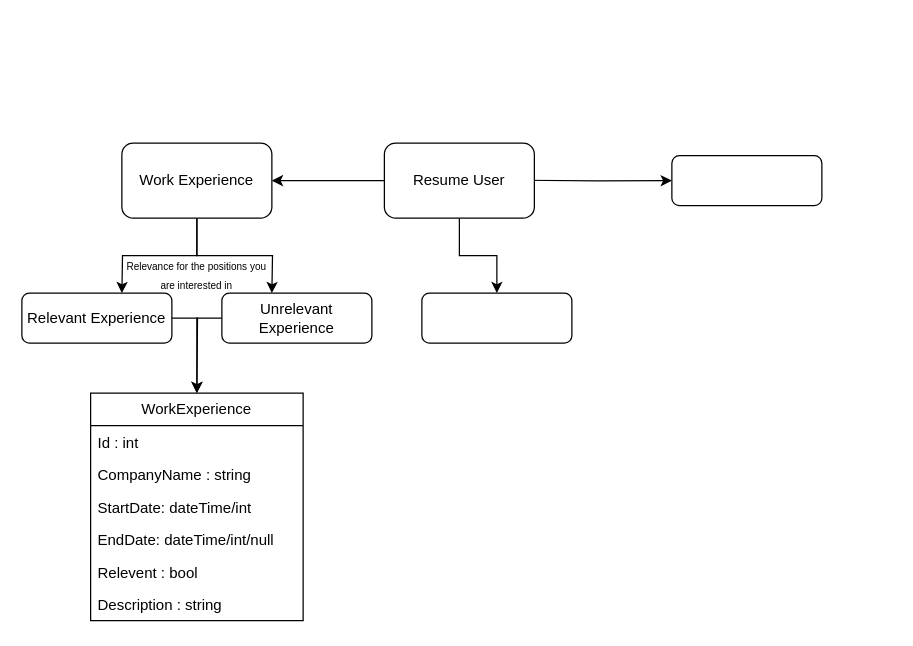
Earlier version of the draw.io diagram Planning/Backend/PlanningDatabaseContent.drawio (Agent00bad/Examensarbete). Source tidied: cells renumbered, new cells numbered last; positions are measured from the earlier drawing's top-left corner, leaving out a move shared by most shapes. Both pictures are drawn from the tidied source at 125%, with x=0, y=0 at pixel (21, 142).
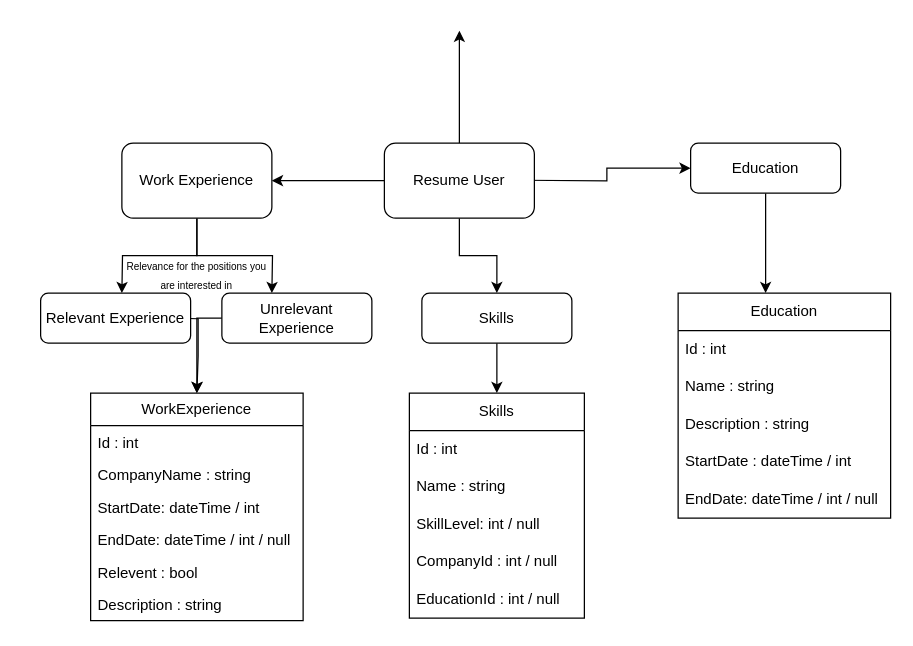
After the change.

Unchanged cells that the change refers to:
```xml
<mxCell id="5" value="Resume User" style="rounded=1;whiteSpace=wrap;html=1;" parent="1" vertex="1">
  <mxGeometry x="290" width="120" height="60" as="geometry" />
</mxCell>
<mxCell id="14" value="WorkExperience" style="swimlane;fontStyle=0;horizontal=1;startSize=26;fillColor=none;whiteSpace=wrap;html=1;" parent="1" vertex="1">
  <mxGeometry x="55" y="200" width="170" height="182" as="geometry" />
</mxCell>
```

Diff of the diagram source:
```diff
@@
+    <mxCell id="23" style="edgeStyle=orthogonalEdgeStyle;rounded=0;jettySize=auto;html=1;" parent="1" edge="1" source="5">
+      <mxGeometry relative="1" as="geometry">
+        <mxPoint x="350" y="-90" as="targetPoint" />
+      </mxGeometry>
+    </mxCell>
@@
-    <mxCell id="9" style="edgeStyle=orthogonalEdgeStyle;rounded=0;jettySize=auto;html=1;" parent="1" edge="1" source="10">
+    <mxCell id="9" style="edgeStyle=orthogonalEdgeStyle;rounded=0;orthogonalLoop=1;jettySize=auto;html=1;" parent="1" edge="1">
       <mxGeometry relative="1" as="geometry">
+        <mxPoint x="120" y="140" as="sourcePoint" />
         <mxPoint x="140" y="200" as="targetPoint" />
       </mxGeometry>
     </mxCell>
     <mxCell id="10" value="Relevant Experience" style="rounded=1;whiteSpace=wrap;html=1;" parent="1" vertex="1">
-      <mxGeometry y="120" width="120" height="40" as="geometry" />
+      <mxGeometry x="15" y="120" width="120" height="40" as="geometry" />
     </mxCell>
@@
-    <mxCell id="17" value="StartDate: dateTime/int" style="text;strokeColor=none;fillColor=none;align=left;verticalAlign=top;spacingLeft=4;spacingRight=4;overflow=hidden;whiteSpace=wrap;html=1;" parent="14" vertex="1">
+    <mxCell id="17" value="StartDate: dateTime / int" style="text;strokeColor=none;fillColor=none;align=left;verticalAlign=top;spacingLeft=4;spacingRight=4;overflow=hidden;whiteSpace=wrap;html=1;" parent="14" vertex="1">
       <mxGeometry y="78" width="170" height="26" as="geometry" />
     </mxCell>
-    <mxCell id="18" value="EndDate: dateTime/int/null" style="text;strokeColor=none;fillColor=none;align=left;verticalAlign=top;spacingLeft=4;spacingRight=4;overflow=hidden;whiteSpace=wrap;html=1;" parent="14" vertex="1">
+    <mxCell id="18" value="EndDate: dateTime / int / null" style="text;strokeColor=none;fillColor=none;align=left;verticalAlign=top;spacingLeft=4;spacingRight=4;overflow=hidden;whiteSpace=wrap;html=1;" parent="14" vertex="1">
       <mxGeometry y="104" width="170" height="26" as="geometry" />
     </mxCell>
@@
+    <mxCell id="24" style="edgeStyle=orthogonalEdgeStyle;rounded=0;jettySize=auto;html=1;exitX=0.5;exitY=1;exitDx=0;exitDy=0;entryX=0.5;entryY=0;entryDx=0;entryDy=0;" parent="1" edge="1" source="21" target="26">
+      <mxGeometry relative="1" as="geometry" />
+    </mxCell>
-    <mxCell id="21" style="rounded=1;whiteSpace=wrap;html=1;" parent="1" vertex="1">
+    <mxCell id="21" value="Skills" style="rounded=1;whiteSpace=wrap;html=1;" parent="1" vertex="1">
       <mxGeometry x="320" y="120" width="120" height="40" as="geometry" />
     </mxCell>
+    <mxCell id="25" style="edgeStyle=orthogonalEdgeStyle;rounded=0;jettySize=auto;html=1;" parent="1" edge="1" source="22">
+      <mxGeometry relative="1" as="geometry">
+        <mxPoint x="595" y="120" as="targetPoint" />
+      </mxGeometry>
+    </mxCell>
-    <mxCell id="22" style="rounded=1;whiteSpace=wrap;html=1;" parent="1" vertex="1">
-      <mxGeometry x="520" y="10" width="120" height="40" as="geometry" />
+    <mxCell id="22" value="Education" style="rounded=1;whiteSpace=wrap;html=1;" parent="1" vertex="1">
+      <mxGeometry x="535" width="120" height="40" as="geometry" />
     </mxCell>
+    <mxCell id="26" value="Skills" style="swimlane;fontStyle=0;horizontal=1;startSize=30;whiteSpace=wrap;html=1;" parent="1" vertex="1">
+      <mxGeometry x="310" y="200" width="140" height="180" as="geometry" />
+    </mxCell>
+    <mxCell id="27" value="Id : int" style="text;strokeColor=none;fillColor=none;align=left;verticalAlign=middle;spacingLeft=4;spacingRight=4;overflow=hidden;whiteSpace=wrap;html=1;" parent="26" vertex="1">
+      <mxGeometry y="30" width="140" height="30" as="geometry" />
+    </mxCell>
+    <mxCell id="28" value="Name : string" style="text;strokeColor=none;fillColor=none;align=left;verticalAlign=middle;spacingLeft=4;spacingRight=4;overflow=hidden;whiteSpace=wrap;html=1;" parent="26" vertex="1">
+      <mxGeometry y="60" width="140" height="30" as="geometry" />
+    </mxCell>
+    <mxCell id="29" value="SkillLevel: int / null" style="text;strokeColor=none;fillColor=none;align=left;verticalAlign=middle;spacingLeft=4;spacingRight=4;overflow=hidden;whiteSpace=wrap;html=1;" parent="26" vertex="1">
+      <mxGeometry y="90" width="140" height="30" as="geometry" />
+    </mxCell>
+    <mxCell id="30" value="CompanyId : int / null" style="text;strokeColor=none;fillColor=none;align=left;verticalAlign=middle;spacingLeft=4;spacingRight=4;overflow=hidden;whiteSpace=wrap;html=1;" parent="26" vertex="1">
+      <mxGeometry y="120" width="140" height="30" as="geometry" />
+    </mxCell>
+    <mxCell id="31" value="EducationId : int / null" style="text;strokeColor=none;fillColor=none;align=left;verticalAlign=middle;spacingLeft=4;spacingRight=4;overflow=hidden;whiteSpace=wrap;html=1;" parent="26" vertex="1">
+      <mxGeometry y="150" width="140" height="30" as="geometry" />
+    </mxCell>
+    <mxCell id="32" value="Education" style="swimlane;fontStyle=0;horizontal=1;startSize=30;whiteSpace=wrap;html=1;" parent="1" vertex="1">
+      <mxGeometry x="525" y="120" width="170" height="180" as="geometry" />
+    </mxCell>
+    <mxCell id="33" value="Id : int" style="text;strokeColor=none;fillColor=none;align=left;verticalAlign=middle;spacingLeft=4;spacingRight=4;overflow=hidden;whiteSpace=wrap;html=1;" parent="32" vertex="1">
+      <mxGeometry y="30" width="170" height="30" as="geometry" />
+    </mxCell>
+    <mxCell id="34" value="Name : string" style="text;strokeColor=none;fillColor=none;align=left;verticalAlign=middle;spacingLeft=4;spacingRight=4;overflow=hidden;whiteSpace=wrap;html=1;" parent="32" vertex="1">
+      <mxGeometry y="60" width="170" height="30" as="geometry" />
+    </mxCell>
+    <mxCell id="35" value="Description : string" style="text;strokeColor=none;fillColor=none;align=left;verticalAlign=middle;spacingLeft=4;spacingRight=4;overflow=hidden;whiteSpace=wrap;html=1;" parent="32" vertex="1">
+      <mxGeometry y="90" width="170" height="30" as="geometry" />
+    </mxCell>
+    <mxCell id="36" value="StartDate : dateTime / int" style="text;strokeColor=none;fillColor=none;align=left;verticalAlign=middle;spacingLeft=4;spacingRight=4;overflow=hidden;whiteSpace=wrap;html=1;" parent="32" vertex="1">
+      <mxGeometry y="120" width="170" height="30" as="geometry" />
+    </mxCell>
+    <mxCell id="37" value="EndDate: dateTime / int / null" style="text;strokeColor=none;fillColor=none;align=left;verticalAlign=middle;spacingLeft=4;spacingRight=4;overflow=hidden;whiteSpace=wrap;html=1;" parent="32" vertex="1">
+      <mxGeometry y="150" width="170" height="30" as="geometry" />
+    </mxCell>
```
